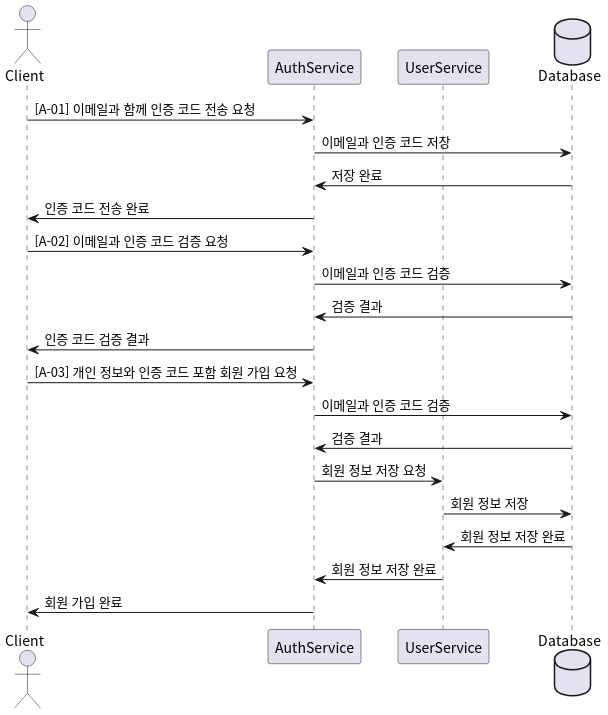
Before: Docs/UML/verification.png, a diagram exported from PlantUML (Yush1nk1m/SCS). Its source is kept beside it as Docs/UML/verification.puml.
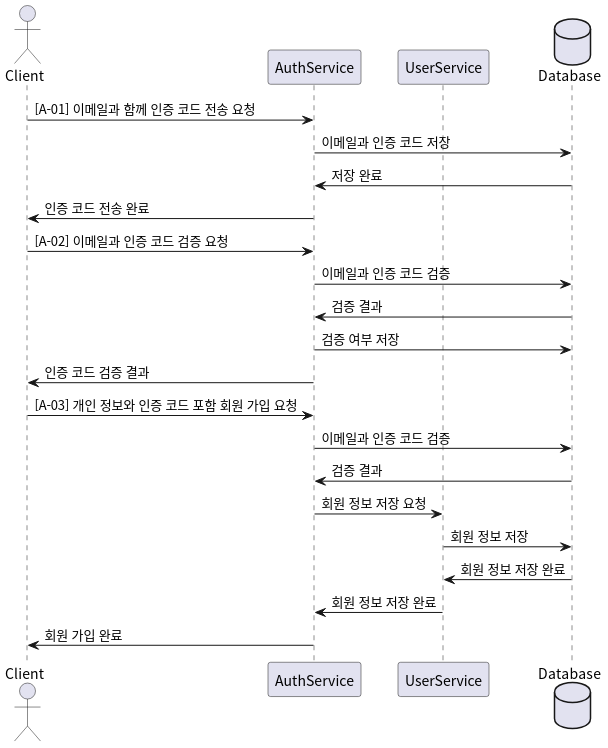
After the commit.

Change to the diagram source:
```diff
@@ -13,6 +13,7 @@
 Client -> Auth : [A-02] 이메일과 인증 코드 검증 요청
 Auth -> DB : 이메일과 인증 코드 검증
 DB -> Auth : 검증 결과
+Auth -> DB : 검증 여부 저장
 Auth -> Client : 인증 코드 검증 결과
 
 Client -> Auth : [A-03] 개인 정보와 인증 코드 포함 회원 가입 요청
```
